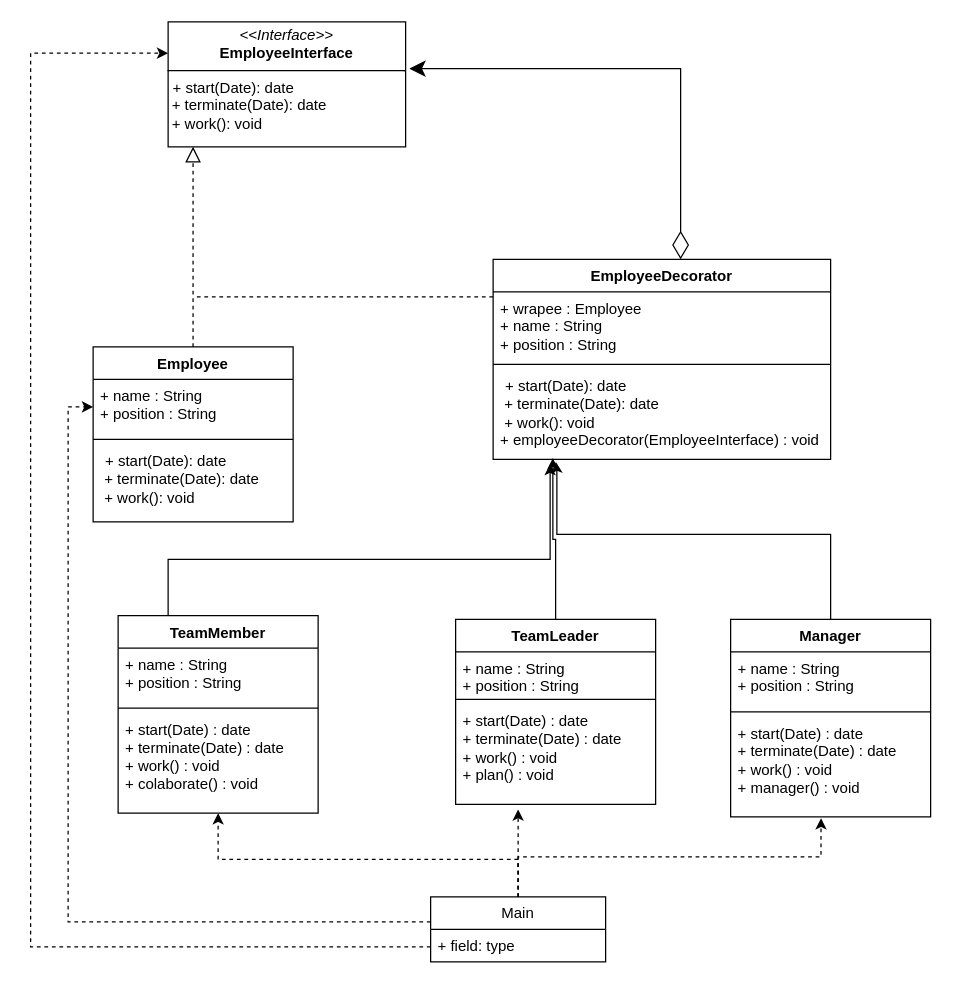
Earlier version of the draw.io diagram Diagrama sem nome.drawio (rtavares018/Recursos-teste-ITW). Source tidied: cells renumbered, new cells numbered last; positions are measured from the earlier drawing's top-left corner, leaving out a move shared by most shapes. Both pictures are drawn from the tidied source at 125%, with x=0, y=0 at pixel (30, 21).
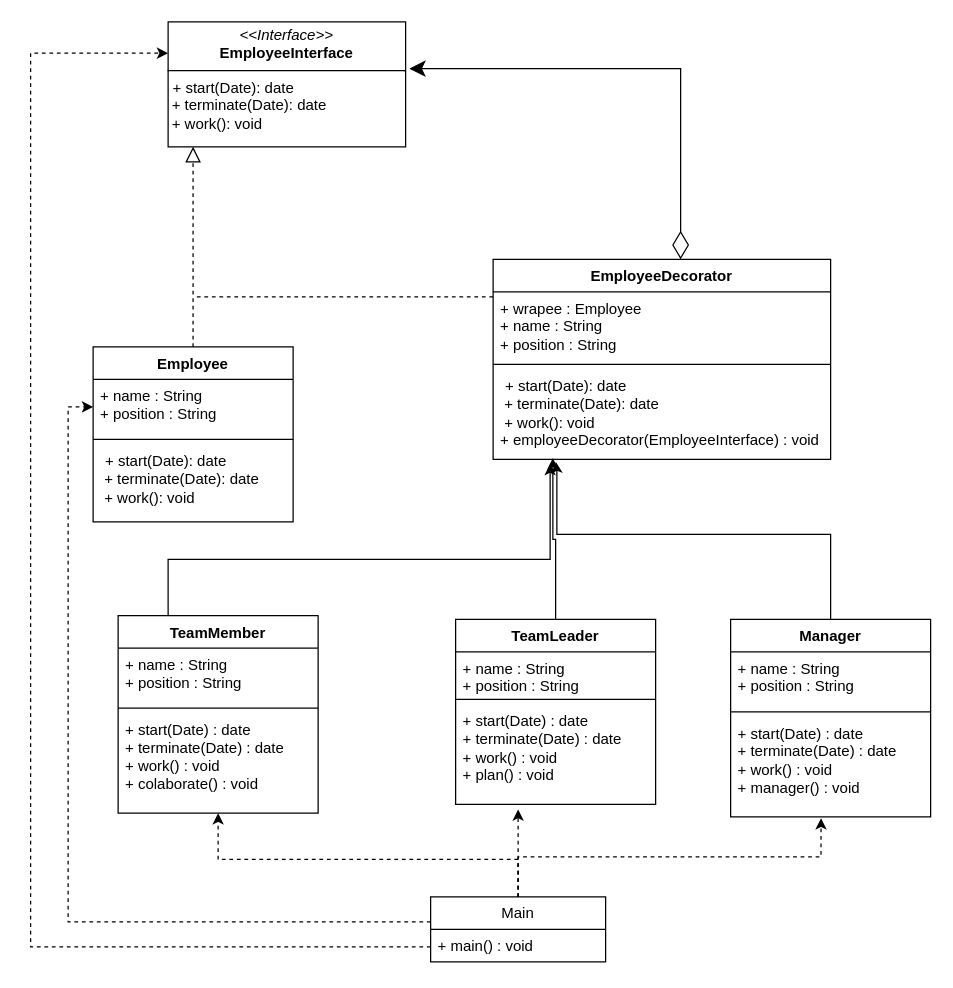
Above is the later version.

Unchanged cells that the change refers to:
```xml
<mxCell id="33" value="Main" style="swimlane;fontStyle=0;horizontal=1;startSize=26;fillColor=none;whiteSpace=wrap;html=1;" parent="1" vertex="1">
  <mxGeometry x="320" y="700" width="140" height="52" as="geometry" />
</mxCell>
```

The edit, as a diff of the source:
```diff
@@
-    <mxCell id="34" value="+ field: type" style="text;strokeColor=none;fillColor=none;align=left;verticalAlign=top;spacingLeft=4;spacingRight=4;overflow=hidden;whiteSpace=wrap;html=1;" parent="33" vertex="1">
+    <mxCell id="34" value="+ main() : void" style="text;strokeColor=none;fillColor=none;align=left;verticalAlign=top;spacingLeft=4;spacingRight=4;overflow=hidden;whiteSpace=wrap;html=1;" parent="33" vertex="1">
       <mxGeometry y="26" width="140" height="26" as="geometry" />
     </mxCell>
```
